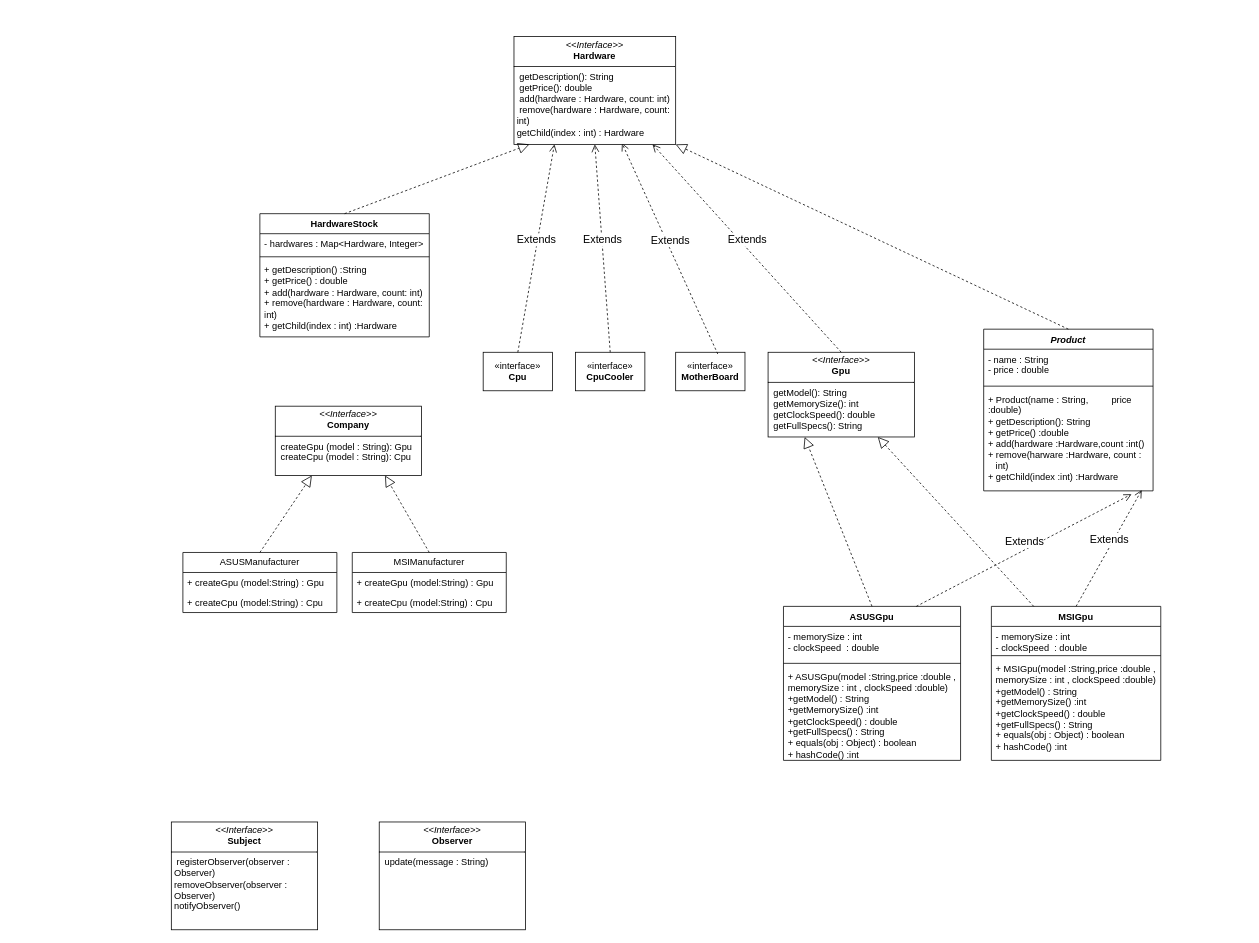
Above: Başlıksız Diyagram.drawio in Goktugberke/pattern (draw.io), before the change. Source tidied: cells renumbered, new cells numbered last; positions are measured from the earlier drawing's top-left corner, leaving out a move shared by most shapes. Both pictures are drawn from the tidied source at 77%, with x=0, y=0 at pixel (171, 36).
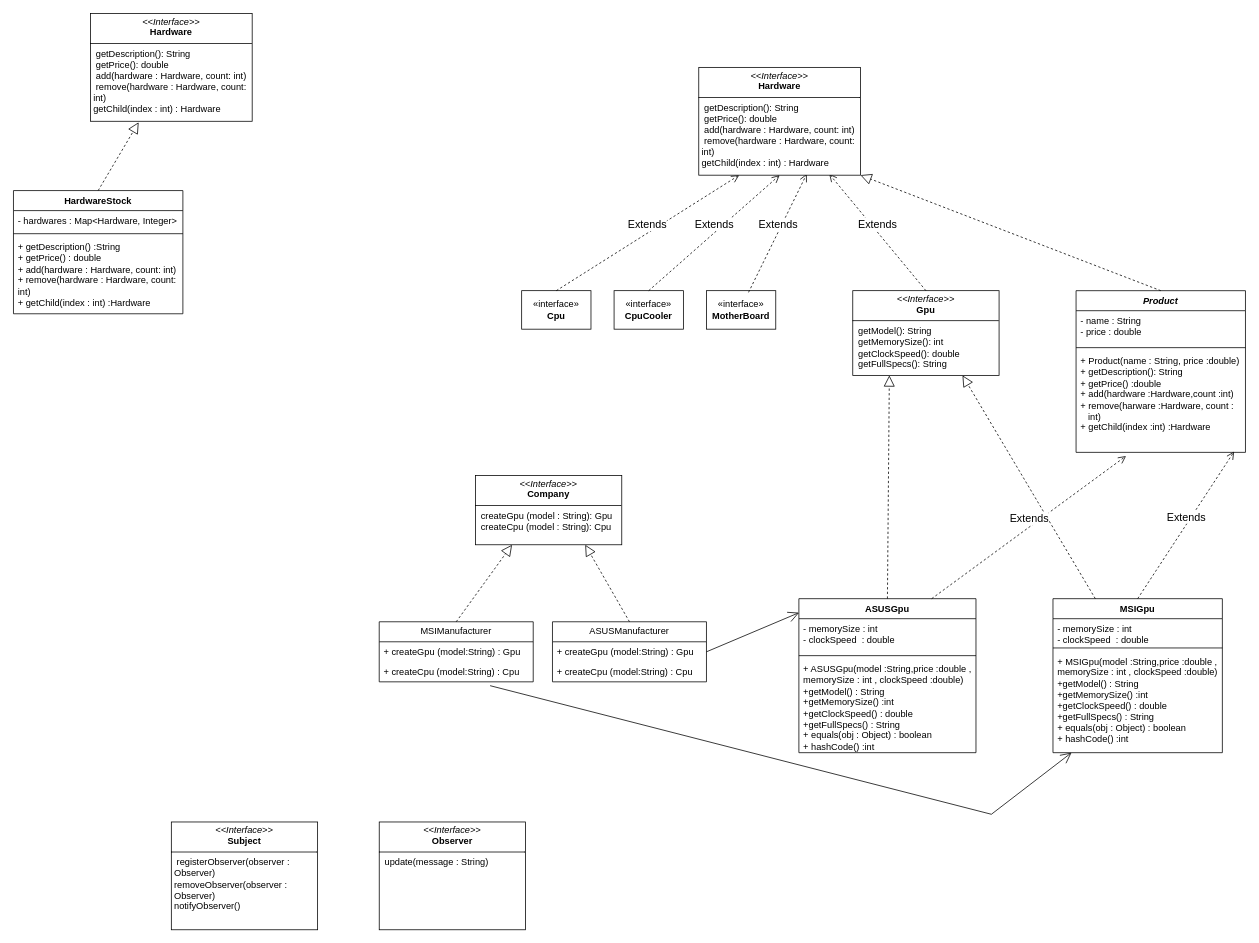
The same diagram, later.

Unchanged cells that the change refers to:
```xml
<mxCell id="13" value="+ MSIGpu(model :String,price :double , memorySize : int , clockSpeed :double)&lt;div&gt;+getModel() : String&lt;/div&gt;&lt;div&gt;+getMemorySize() :int&lt;/div&gt;&lt;div&gt;+getClockSpeed() : double&lt;/div&gt;&lt;div&gt;+getFullSpecs() : String&lt;/div&gt;&lt;div&gt;+ equals(obj : Object) : boolean&lt;/div&gt;&lt;div&gt;+ hashCode() :int&amp;nbsp;&lt;/div&gt;" style="text;strokeColor=none;fillColor=none;align=left;verticalAlign=top;spacingLeft=4;spacingRight=4;overflow=hidden;points=[[0,0.5],[1,0.5]];portConstraint=eastwest;whiteSpace=wrap;html=1;" parent="10" vertex="1">
  <mxGeometry y="68" width="220" height="132" as="geometry" />
</mxCell>
<mxCell id="26" value="+ createGpu (model:String) : Gpu" style="text;strokeColor=none;fillColor=none;align=left;verticalAlign=top;spacingLeft=4;spacingRight=4;overflow=hidden;points=[[0,0.5],[1,0.5]];portConstraint=eastwest;whiteSpace=wrap;html=1;" parent="25" vertex="1">
  <mxGeometry y="26" width="200" height="26" as="geometry" />
</mxCell>
<mxCell id="31" value="+ createCpu (model:String) : Cpu" style="text;strokeColor=none;fillColor=none;align=left;verticalAlign=top;spacingLeft=4;spacingRight=4;overflow=hidden;points=[[0,0.5],[1,0.5]];portConstraint=eastwest;whiteSpace=wrap;html=1;" parent="29" vertex="1">
  <mxGeometry y="52" width="200" height="26" as="geometry" />
</mxCell>
```

Diff of the diagram source:
```diff
@@
     <mxCell id="2" value="«interface»&lt;br&gt;&lt;b&gt;Cpu&lt;/b&gt;" style="html=1;whiteSpace=wrap;" parent="1" vertex="1">
-      <mxGeometry x="405" y="410" width="90" height="50" as="geometry" />
+      <mxGeometry x="455" y="330" width="90" height="50" as="geometry" />
     </mxCell>
     <mxCell id="3" value="«interface»&lt;br&gt;&lt;b&gt;CpuCooler&lt;/b&gt;" style="html=1;whiteSpace=wrap;" parent="1" vertex="1">
-      <mxGeometry x="525" y="410" width="90" height="50" as="geometry" />
+      <mxGeometry x="575" y="330" width="90" height="50" as="geometry" />
     </mxCell>
     <mxCell id="4" value="«interface»&lt;br&gt;&lt;b&gt;MotherBoard&lt;/b&gt;" style="html=1;whiteSpace=wrap;" parent="1" vertex="1">
-      <mxGeometry x="655" y="410" width="90" height="50" as="geometry" />
+      <mxGeometry x="695" y="330" width="90" height="50" as="geometry" />
     </mxCell>
     <mxCell id="5" value="ASUSGpu" style="swimlane;fontStyle=1;align=center;verticalAlign=top;horizontal=1;startSize=26;whiteSpace=wrap;html=1;" parent="1" vertex="1">
-      <mxGeometry x="795" y="740" width="230" height="200" as="geometry" />
+      <mxGeometry x="815" y="730" width="230" height="200" as="geometry" />
     </mxCell>
@@
     <mxCell id="9" value="&lt;p style=&quot;margin:0px;margin-top:4px;text-align:center;&quot;&gt;&lt;i&gt;&amp;lt;&amp;lt;Interface&amp;gt;&amp;gt;&lt;/i&gt;&lt;br&gt;&lt;b&gt;Gpu&lt;/b&gt;&lt;/p&gt;&lt;hr size=&quot;1&quot; style=&quot;border-style:solid;&quot;&gt;&lt;p style=&quot;margin:0px;margin-left:4px;&quot;&gt;&amp;nbsp;getModel(): String&lt;br&gt;&amp;nbsp;getMemorySize(): int&lt;/p&gt;&lt;p style=&quot;margin:0px;margin-left:4px;&quot;&gt;&amp;nbsp;getClockSpeed(): double&lt;/p&gt;&lt;p style=&quot;margin:0px;margin-left:4px;&quot;&gt;&amp;nbsp;getFullSpecs(): String&lt;/p&gt;" style="verticalAlign=top;align=left;overflow=fill;html=1;whiteSpace=wrap;" parent="1" vertex="1">
-      <mxGeometry x="775" y="410" width="190" height="110" as="geometry" />
+      <mxGeometry x="885" y="330" width="190" height="110" as="geometry" />
     </mxCell>
     <mxCell id="10" value="MSIGpu" style="swimlane;fontStyle=1;align=center;verticalAlign=top;horizontal=1;startSize=26;whiteSpace=wrap;html=1;" parent="1" vertex="1">
-      <mxGeometry x="1065" y="740" width="220" height="200" as="geometry" />
+      <mxGeometry x="1145" y="730" width="220" height="200" as="geometry" />
     </mxCell>
@@
     <mxCell id="16" value="&lt;i&gt;Product&lt;/i&gt;" style="swimlane;fontStyle=1;align=center;verticalAlign=top;horizontal=1;startSize=26;whiteSpace=wrap;html=1;" parent="1" vertex="1">
-      <mxGeometry x="1055" y="380" width="220" height="210" as="geometry" />
+      <mxGeometry x="1175" y="330" width="220" height="210" as="geometry" />
     </mxCell>
@@
-    <mxCell id="19" value="+ Product(name : String,&amp;nbsp; &amp;nbsp; &amp;nbsp; &amp;nbsp; &amp;nbsp;price :double)&lt;div&gt;+ getDescription(): String&lt;/div&gt;&lt;div&gt;+ getPrice() :double&lt;/div&gt;&lt;div&gt;+ add(hardware :Hardware,count :int()&lt;/div&gt;&lt;div&gt;+ remove(harware :Hardware, count :&amp;nbsp; &amp;nbsp; &amp;nbsp; &amp;nbsp;int)&lt;/div&gt;&lt;div&gt;+ getChild(index :int) :Hardware&lt;/div&gt;" style="text;strokeColor=none;fillColor=none;align=left;verticalAlign=top;spacingLeft=4;spacingRight=4;overflow=hidden;points=[[0,0.5],[1,0.5]];portConstraint=eastwest;whiteSpace=wrap;html=1;" parent="16" vertex="1">
+    <mxCell id="19" value="+ Product(name : String, price :double)&lt;div&gt;+ getDescription(): String&lt;/div&gt;&lt;div&gt;+ getPrice() :double&lt;/div&gt;&lt;div&gt;+ add(hardware :Hardware,count :int)&lt;/div&gt;&lt;div&gt;+ remove(harware :Hardware, count :&amp;nbsp; &amp;nbsp; &amp;nbsp; &amp;nbsp;int)&lt;/div&gt;&lt;div&gt;+ getChild(index :int) :Hardware&lt;/div&gt;" style="text;strokeColor=none;fillColor=none;align=left;verticalAlign=top;spacingLeft=4;spacingRight=4;overflow=hidden;points=[[0,0.5],[1,0.5]];portConstraint=eastwest;whiteSpace=wrap;html=1;" parent="16" vertex="1">
       <mxGeometry y="78" width="220" height="132" as="geometry" />
     </mxCell>
@@
-    <mxCell id="21" value="&lt;font style=&quot;font-size: 14px;&quot;&gt;Extends&lt;/font&gt;" style="html=1;verticalAlign=bottom;endArrow=open;dashed=1;endSize=8;curved=0;rounded=0;exitX=0.5;exitY=0;exitDx=0;exitDy=0;" parent="1" edge="1" source="9">
-      <mxGeometry relative="1" as="geometry">
-        <mxPoint x="625" y="140" as="targetPoint" />
-      </mxGeometry>
+    <mxCell id="21" value="&lt;font style=&quot;font-size: 14px;&quot;&gt;Extends&lt;/font&gt;" style="html=1;verticalAlign=bottom;endArrow=open;dashed=1;endSize=8;curved=0;rounded=0;exitX=0.5;exitY=0;exitDx=0;exitDy=0;entryX=0.807;entryY=0.989;entryDx=0;entryDy=0;entryPerimeter=0;" parent="1" edge="1" source="9" target="33">
+      <mxGeometry relative="1" as="geometry" />
     </mxCell>
@@
     <mxCell id="24" value="&lt;p style=&quot;margin:0px;margin-top:4px;text-align:center;&quot;&gt;&lt;i&gt;&amp;lt;&amp;lt;Interface&amp;gt;&amp;gt;&lt;/i&gt;&lt;br&gt;&lt;b&gt;Company&lt;/b&gt;&lt;/p&gt;&lt;hr size=&quot;1&quot; style=&quot;border-style:solid;&quot;&gt;&lt;p style=&quot;margin:0px;margin-left:4px;&quot;&gt;&amp;nbsp;createGpu (model : String): Gpu&lt;br&gt;&amp;nbsp;createCpu (model : String): Cpu&lt;/p&gt;" style="verticalAlign=top;align=left;overflow=fill;html=1;whiteSpace=wrap;" parent="1" vertex="1">
-      <mxGeometry x="135" y="480" width="190" height="90" as="geometry" />
+      <mxGeometry x="395" y="570" width="190" height="90" as="geometry" />
     </mxCell>
     <mxCell id="25" value="ASUSManufacturer" style="swimlane;fontStyle=0;horizontal=1;startSize=26;fillColor=none;whiteSpace=wrap;html=1;" parent="1" vertex="1">
-      <mxGeometry x="15" y="670" width="200" height="78" as="geometry" />
+      <mxGeometry x="495" y="760" width="200" height="78" as="geometry" />
     </mxCell>
@@
-    <mxCell id="28" style="endArrow=block;dashed=1;endFill=0;endSize=12;html=1;rounded=0;exitX=0.5;exitY=0;exitDx=0;exitDy=0;entryX=0.25;entryY=1;entryDx=0;entryDy=0;" parent="1" edge="1" source="25" target="24">
+    <mxCell id="28" style="endArrow=block;dashed=1;endFill=0;endSize=12;html=1;rounded=0;exitX=0.5;exitY=0;exitDx=0;exitDy=0;entryX=0.75;entryY=1;entryDx=0;entryDy=0;" parent="1" edge="1" source="25" target="24">
       <mxGeometry relative="1" as="geometry" />
     </mxCell>
     <mxCell id="29" value="MSIManufacturer" style="swimlane;fontStyle=0;horizontal=1;startSize=26;fillColor=none;whiteSpace=wrap;html=1;" parent="1" vertex="1">
-      <mxGeometry x="235" y="670" width="200" height="78" as="geometry" />
+      <mxGeometry x="270" y="760" width="200" height="78" as="geometry" />
     </mxCell>
@@
-    <mxCell id="32" style="endArrow=block;dashed=1;endFill=0;endSize=12;html=1;rounded=0;exitX=0.5;exitY=0;exitDx=0;exitDy=0;entryX=0.75;entryY=1;entryDx=0;entryDy=0;" parent="1" edge="1" source="29" target="24">
+    <mxCell id="32" style="endArrow=block;dashed=1;endFill=0;endSize=12;html=1;rounded=0;exitX=0.5;exitY=0;exitDx=0;exitDy=0;entryX=0.25;entryY=1;entryDx=0;entryDy=0;" parent="1" edge="1" source="29" target="24">
       <mxGeometry relative="1" as="geometry" />
     </mxCell>
     <mxCell id="33" value="&lt;p style=&quot;margin:0px;margin-top:4px;text-align:center;&quot;&gt;&lt;i&gt;&amp;lt;&amp;lt;Interface&amp;gt;&amp;gt;&lt;/i&gt;&lt;br&gt;&lt;b&gt;Hardware&lt;/b&gt;&lt;/p&gt;&lt;hr size=&quot;1&quot; style=&quot;border-style:solid;&quot;&gt;&lt;p style=&quot;margin:0px;margin-left:4px;&quot;&gt;&lt;span style=&quot;background-color: initial;&quot;&gt;&amp;nbsp;getDescription(): String&lt;/span&gt;&lt;/p&gt;&lt;p style=&quot;margin:0px;margin-left:4px;&quot;&gt;&amp;nbsp;getPrice(): double&lt;/p&gt;&lt;p style=&quot;margin:0px;margin-left:4px;&quot;&gt;&amp;nbsp;add(hardware : Hardware, count: int)&lt;/p&gt;&lt;p style=&quot;margin:0px;margin-left:4px;&quot;&gt;&amp;nbsp;remove&lt;span style=&quot;background-color: initial;&quot;&gt;(hardware : Hardware, count: int)&lt;/span&gt;&lt;/p&gt;&lt;p style=&quot;margin:0px;margin-left:4px;&quot;&gt;&lt;span style=&quot;background-color: initial;&quot;&gt;getChild(index : int) : Hardware&lt;/span&gt;&lt;/p&gt;&lt;div&gt;&lt;span style=&quot;background-color: initial;&quot;&gt;&lt;br&gt;&lt;/span&gt;&lt;/div&gt;&lt;p style=&quot;margin:0px;margin-left:4px;&quot;&gt;&lt;br&gt;&lt;/p&gt;" style="verticalAlign=top;align=left;overflow=fill;html=1;whiteSpace=wrap;" parent="1" vertex="1">
-      <mxGeometry x="445" width="210" height="140" as="geometry" />
+      <mxGeometry x="685" y="40" width="210" height="140" as="geometry" />
     </mxCell>
     <mxCell id="34" value="HardwareStock" style="swimlane;fontStyle=1;align=center;verticalAlign=top;horizontal=1;startSize=26;whiteSpace=wrap;html=1;" parent="1" vertex="1">
-      <mxGeometry x="115" y="230" width="220" height="160" as="geometry" />
+      <mxGeometry x="-205" y="200" width="220" height="160" as="geometry" />
     </mxCell>
@@
-    <mxCell id="38" style="endArrow=block;dashed=1;endFill=0;endSize=12;html=1;rounded=0;entryX=0.095;entryY=1;entryDx=0;entryDy=0;exitX=0.5;exitY=0;exitDx=0;exitDy=0;entryPerimeter=0;" parent="1" edge="1" source="34" target="33">
+    <mxCell id="38" style="endArrow=block;dashed=1;endFill=0;endSize=12;html=1;rounded=0;entryX=0.298;entryY=1.009;entryDx=0;entryDy=0;exitX=0.5;exitY=0;exitDx=0;exitDy=0;entryPerimeter=0;" parent="1" edge="1" source="34" target="44">
       <mxGeometry relative="1" as="geometry" />
     </mxCell>
@@
-    <mxCell id="42" value="&lt;font style=&quot;font-size: 14px;&quot;&gt;Extends&lt;/font&gt;" style="html=1;verticalAlign=bottom;endArrow=open;dashed=1;endSize=8;curved=0;rounded=0;entryX=0.873;entryY=1.033;entryDx=0;entryDy=0;exitX=0.75;exitY=0;exitDx=0;exitDy=0;entryPerimeter=0;" parent="1" edge="1" source="5" target="19">
+    <mxCell id="42" value="&lt;font style=&quot;font-size: 14px;&quot;&gt;Extends&lt;/font&gt;" style="html=1;verticalAlign=bottom;endArrow=open;dashed=1;endSize=8;curved=0;rounded=0;entryX=0.295;entryY=1.036;entryDx=0;entryDy=0;exitX=0.75;exitY=0;exitDx=0;exitDy=0;entryPerimeter=0;" parent="1" edge="1" source="5" target="19">
       <mxGeometry relative="1" as="geometry" />
     </mxCell>
@@
+    <mxCell id="44" value="&lt;p style=&quot;margin:0px;margin-top:4px;text-align:center;&quot;&gt;&lt;i&gt;&amp;lt;&amp;lt;Interface&amp;gt;&amp;gt;&lt;/i&gt;&lt;br&gt;&lt;b&gt;Hardware&lt;/b&gt;&lt;/p&gt;&lt;hr size=&quot;1&quot; style=&quot;border-style:solid;&quot;&gt;&lt;p style=&quot;margin:0px;margin-left:4px;&quot;&gt;&lt;span style=&quot;background-color: initial;&quot;&gt;&amp;nbsp;getDescription(): String&lt;/span&gt;&lt;/p&gt;&lt;p style=&quot;margin:0px;margin-left:4px;&quot;&gt;&amp;nbsp;getPrice(): double&lt;/p&gt;&lt;p style=&quot;margin:0px;margin-left:4px;&quot;&gt;&amp;nbsp;add(hardware : Hardware, count: int)&lt;/p&gt;&lt;p style=&quot;margin:0px;margin-left:4px;&quot;&gt;&amp;nbsp;remove&lt;span style=&quot;background-color: initial;&quot;&gt;(hardware : Hardware, count: int)&lt;/span&gt;&lt;/p&gt;&lt;p style=&quot;margin:0px;margin-left:4px;&quot;&gt;&lt;span style=&quot;background-color: initial;&quot;&gt;getChild(index : int) : Hardware&lt;/span&gt;&lt;/p&gt;&lt;div&gt;&lt;span style=&quot;background-color: initial;&quot;&gt;&lt;br&gt;&lt;/span&gt;&lt;/div&gt;&lt;p style=&quot;margin:0px;margin-left:4px;&quot;&gt;&lt;br&gt;&lt;/p&gt;" style="verticalAlign=top;align=left;overflow=fill;html=1;whiteSpace=wrap;" parent="1" vertex="1">
+      <mxGeometry x="-105" y="-30" width="210" height="140" as="geometry" />
+    </mxCell>
+    <mxCell id="45" style="endArrow=open;endFill=1;endSize=12;html=1;rounded=0;exitX=1;exitY=0.5;exitDx=0;exitDy=0;entryX=0.001;entryY=0.091;entryDx=0;entryDy=0;entryPerimeter=0;" parent="1" edge="1" source="26" target="5">
+      <mxGeometry relative="1" as="geometry" />
+    </mxCell>
+    <mxCell id="46" style="endArrow=open;endFill=1;endSize=12;html=1;rounded=0;exitX=0.72;exitY=1.192;exitDx=0;exitDy=0;exitPerimeter=0;" parent="1" edge="1" source="31" target="13">
+      <mxGeometry relative="1" as="geometry">
+        <Array as="points">
+          <mxPoint x="1065" y="1010" />
+        </Array>
+      </mxGeometry>
+    </mxCell>
```
